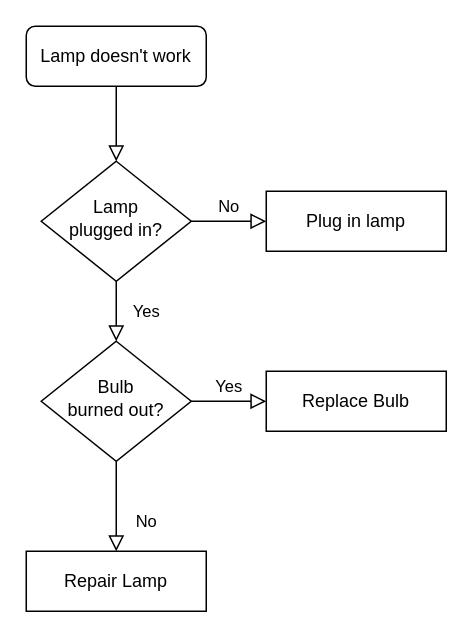
Above: condicionais.drawio in BrunoMovio/jonhson-git (draw.io), before the change. Source tidied: cells renumbered, new cells numbered last; positions are measured from the earlier drawing's top-left corner, leaving out a move shared by most shapes. Both pictures are drawn from the tidied source at 150%, with x=0, y=0 at pixel (26, 26).
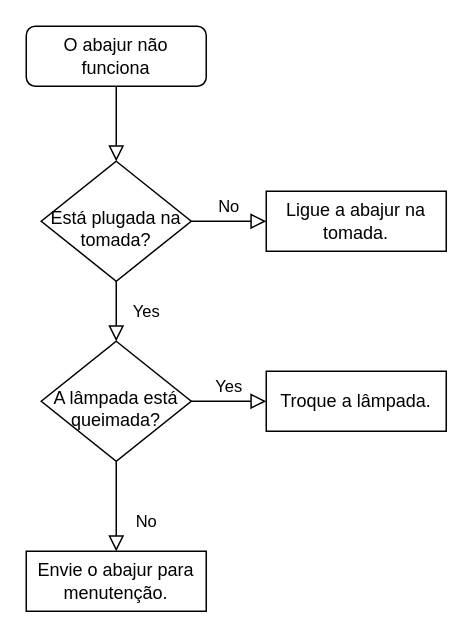
After the change.

The edit, as a diff of the source:
```diff
@@
 <mxGraphModel>
   <root>
     <mxCell id="0" />
     <mxCell id="1" parent="0" />
     <mxCell id="2" style="rounded=0;html=1;jettySize=auto;fontSize=11;endArrow=block;endFill=0;endSize=8;strokeWidth=1;shadow=0;labelBackgroundColor=none;edgeStyle=orthogonalEdgeStyle;" parent="1" edge="1" source="3" target="6">
       <mxGeometry relative="1" as="geometry" />
     </mxCell>
-    <mxCell id="3" value="Lamp doesn't work" style="rounded=1;whiteSpace=wrap;html=1;fontSize=12;glass=0;strokeWidth=1;shadow=0;" parent="1" vertex="1">
+    <mxCell id="3" value="O abajur não funciona" style="rounded=1;whiteSpace=wrap;html=1;fontSize=12;glass=0;strokeWidth=1;shadow=0;" parent="1" vertex="1">
       <mxGeometry width="120" height="40" as="geometry" />
     </mxCell>
     <mxCell id="4" value="Yes" style="rounded=0;html=1;jettySize=auto;fontSize=11;endArrow=block;endFill=0;endSize=8;strokeWidth=1;shadow=0;labelBackgroundColor=none;edgeStyle=orthogonalEdgeStyle;" parent="1" edge="1" source="6" target="10">
       <mxGeometry y="20" relative="1" as="geometry" />
     </mxCell>
     <mxCell id="5" value="No" style="edgeStyle=orthogonalEdgeStyle;rounded=0;html=1;jettySize=auto;fontSize=11;endArrow=block;endFill=0;endSize=8;strokeWidth=1;shadow=0;labelBackgroundColor=none;" parent="1" edge="1" source="6" target="7">
       <mxGeometry y="10" relative="1" as="geometry" />
     </mxCell>
-    <mxCell id="6" value="Lamp&lt;br&gt;plugged in?" style="rhombus;whiteSpace=wrap;html=1;shadow=0;fontFamily=Helvetica;fontSize=12;align=center;strokeWidth=1;spacing=6;spacingTop=-4;" parent="1" vertex="1">
+    <mxCell id="6" value="&lt;br&gt;Está plugada na tomada?" style="rhombus;whiteSpace=wrap;html=1;shadow=0;fontFamily=Helvetica;fontSize=12;align=center;strokeWidth=1;spacing=6;spacingTop=-4;" parent="1" vertex="1">
       <mxGeometry x="10" y="90" width="100" height="80" as="geometry" />
     </mxCell>
-    <mxCell id="7" value="Plug in lamp" style="rounded=0;whiteSpace=wrap;html=1;fontSize=12;glass=0;strokeWidth=1;shadow=0;" parent="1" vertex="1">
+    <mxCell id="7" value="Ligue a abajur na tomada." style="rounded=0;whiteSpace=wrap;html=1;fontSize=12;glass=0;strokeWidth=1;shadow=0;" parent="1" vertex="1">
       <mxGeometry x="160" y="110" width="120" height="40" as="geometry" />
     </mxCell>
     <mxCell id="8" value="No" style="rounded=0;html=1;jettySize=auto;fontSize=11;endArrow=block;endFill=0;endSize=8;strokeWidth=1;shadow=0;labelBackgroundColor=none;edgeStyle=orthogonalEdgeStyle;" parent="1" edge="1" source="10" target="11">
       <mxGeometry x="0.33" y="20" relative="1" as="geometry" />
     </mxCell>
     <mxCell id="9" value="Yes" style="edgeStyle=orthogonalEdgeStyle;rounded=0;html=1;jettySize=auto;fontSize=11;endArrow=block;endFill=0;endSize=8;strokeWidth=1;shadow=0;labelBackgroundColor=none;" parent="1" edge="1" source="10" target="12">
       <mxGeometry y="10" relative="1" as="geometry" />
     </mxCell>
-    <mxCell id="10" value="Bulb&lt;br&gt;burned out?" style="rhombus;whiteSpace=wrap;html=1;shadow=0;fontFamily=Helvetica;fontSize=12;align=center;strokeWidth=1;spacing=6;spacingTop=-4;" parent="1" vertex="1">
+    <mxCell id="10" value="&lt;br&gt;A lâmpada está queimada?" style="rhombus;whiteSpace=wrap;html=1;shadow=0;fontFamily=Helvetica;fontSize=12;align=center;strokeWidth=1;spacing=6;spacingTop=-4;" parent="1" vertex="1">
       <mxGeometry x="10" y="210" width="100" height="80" as="geometry" />
     </mxCell>
-    <mxCell id="11" value="Repair Lamp" style="rounded=0;whiteSpace=wrap;html=1;fontSize=12;glass=0;strokeWidth=1;shadow=0;" parent="1" vertex="1">
+    <mxCell id="11" value="Envie o abajur para menutenção." style="rounded=0;whiteSpace=wrap;html=1;fontSize=12;glass=0;strokeWidth=1;shadow=0;" parent="1" vertex="1">
       <mxGeometry y="350" width="120" height="40" as="geometry" />
     </mxCell>
-    <mxCell id="12" value="Replace Bulb" style="rounded=0;whiteSpace=wrap;html=1;fontSize=12;glass=0;strokeWidth=1;shadow=0;" parent="1" vertex="1">
+    <mxCell id="12" value="Troque a lâmpada." style="rounded=0;whiteSpace=wrap;html=1;fontSize=12;glass=0;strokeWidth=1;shadow=0;" parent="1" vertex="1">
       <mxGeometry x="160" y="230" width="120" height="40" as="geometry" />
     </mxCell>
   </root>
 </mxGraphModel>
```
